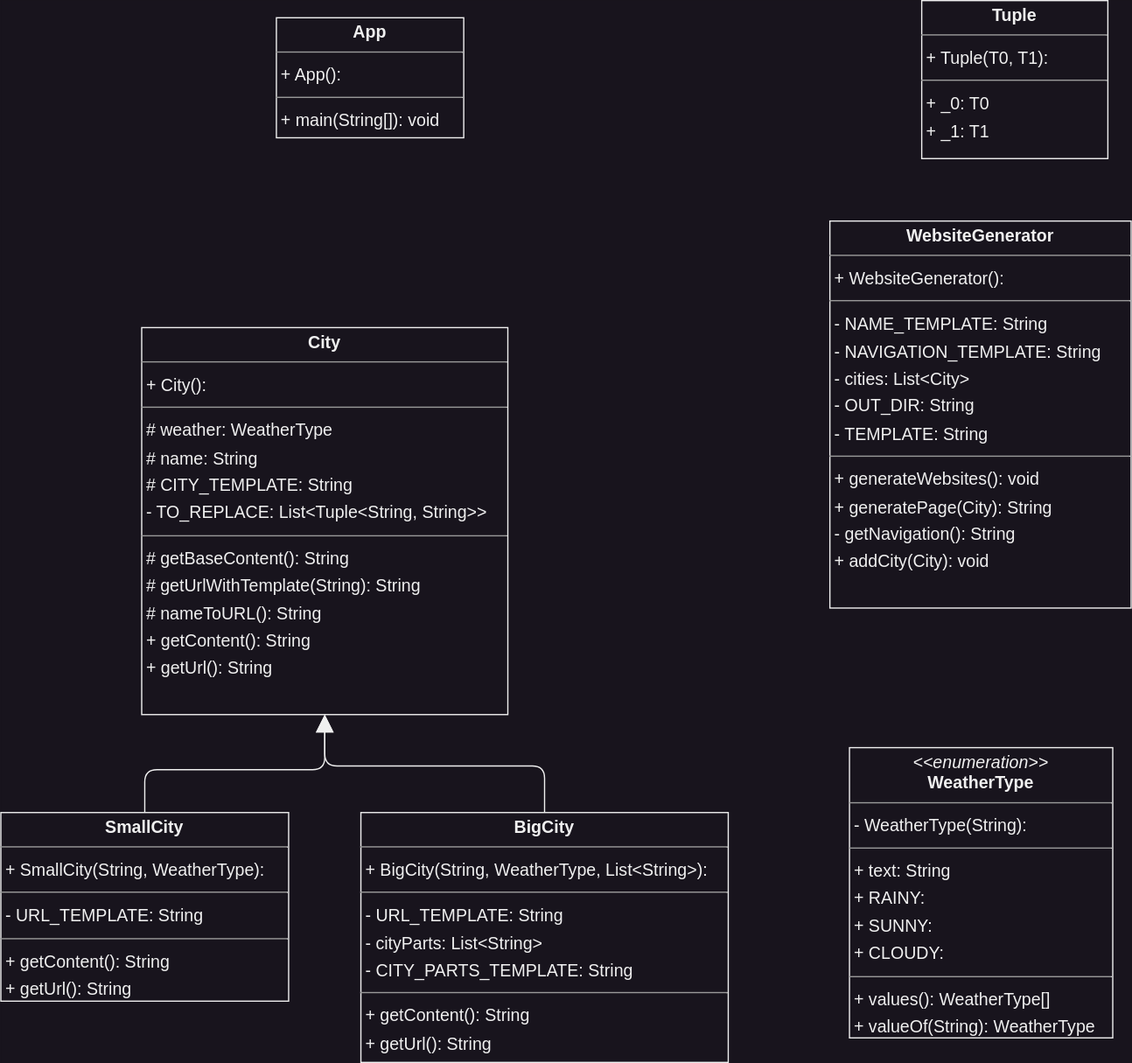
This is .pictures/App.drawio.svg from Profiidev/oop_psta, a draw.io export, as it was before one commit. Source tidied: cells renumbered, new cells last; positions are measured from the earlier drawing's top-left corner, leaving out a move shared by most shapes.
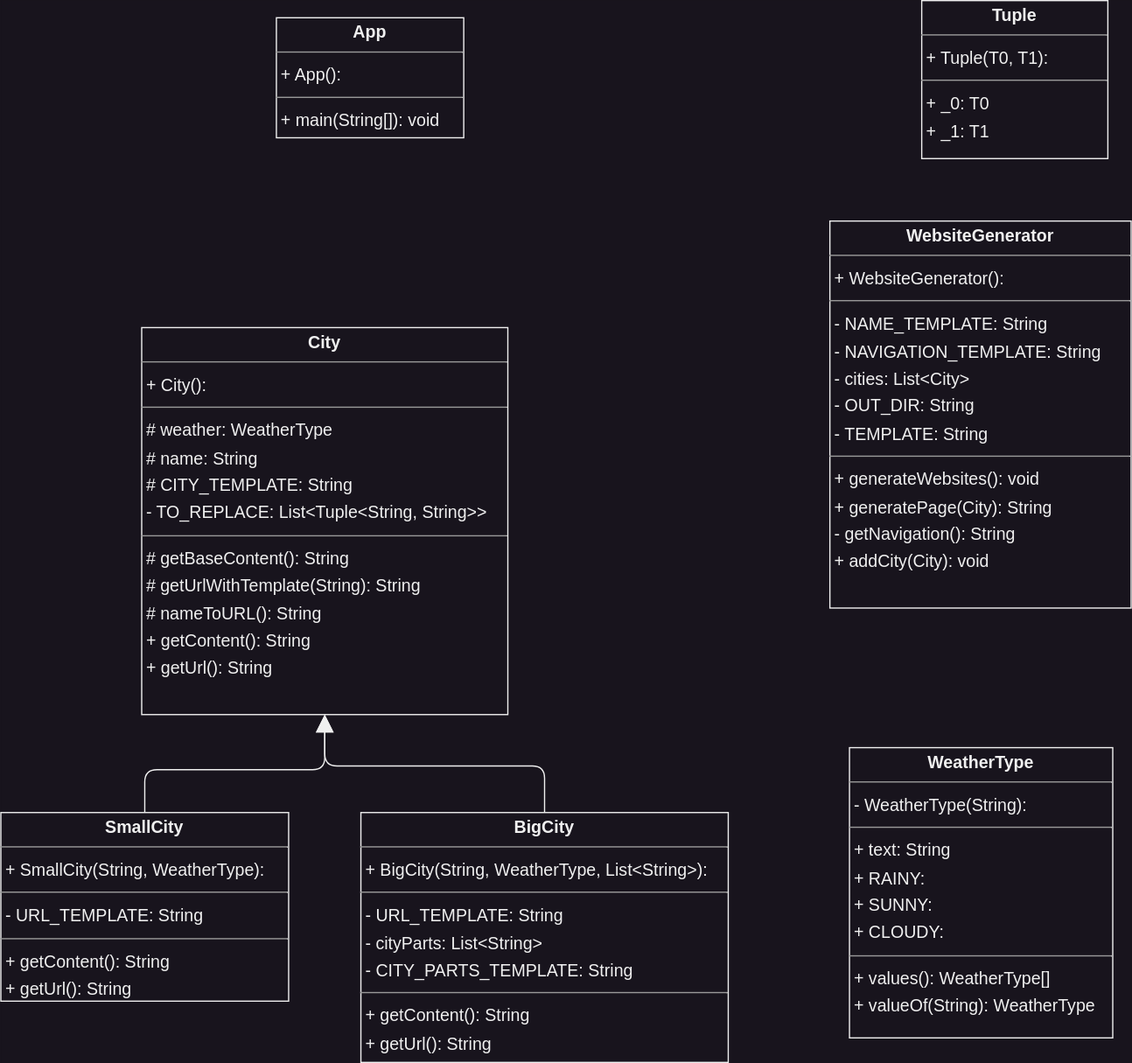
After the change.

Change to the diagram source:
```diff
@@ -17,7 +17,7 @@
     <mxCell id="6" value="&lt;p style=&quot;margin:0px;margin-top:4px;text-align:center;&quot;&gt;&lt;b&gt;Tuple&lt;T0, T1&gt;&lt;/b&gt;&lt;/p&gt;&lt;hr size=&quot;1&quot;/&gt;&lt;p style=&quot;margin:0 0 0 4px;line-height:1.6;&quot;&gt;+ Tuple(T0, T1): &lt;/p&gt;&lt;hr size=&quot;1&quot;/&gt;&lt;p style=&quot;margin:0 0 0 4px;line-height:1.6;&quot;&gt;+ _0: T0&lt;br/&gt;+ _1: T1&lt;/p&gt;" style="verticalAlign=top;align=left;overflow=fill;fontSize=14;fontFamily=Helvetica;html=1;rounded=0;shadow=0;comic=0;labelBackgroundColor=none;strokeWidth=1;" parent="1" vertex="1">
       <mxGeometry x="752" width="152" height="129" as="geometry" />
     </mxCell>
-    <mxCell id="7" value="&lt;p style=&quot;margin:0px;margin-top:4px;text-align:center;&quot;&gt;&lt;i&gt;&amp;lt;&amp;lt;enumeration&amp;gt;&amp;gt;&lt;/i&gt;&lt;br/&gt;&lt;b&gt;WeatherType&lt;/b&gt;&lt;/p&gt;&lt;hr size=&quot;1&quot;/&gt;&lt;p style=&quot;margin:0 0 0 4px;line-height:1.6;&quot;&gt;- WeatherType(String): &lt;/p&gt;&lt;hr size=&quot;1&quot;/&gt;&lt;p style=&quot;margin:0 0 0 4px;line-height:1.6;&quot;&gt;+ text: String&lt;br/&gt;+ RAINY: &lt;br/&gt;+ SUNNY: &lt;br/&gt;+ CLOUDY: &lt;/p&gt;&lt;hr size=&quot;1&quot;/&gt;&lt;p style=&quot;margin:0 0 0 4px;line-height:1.6;&quot;&gt;+ values(): WeatherType[]&lt;br/&gt;+ valueOf(String): WeatherType&lt;/p&gt;" style="verticalAlign=top;align=left;overflow=fill;fontSize=14;fontFamily=Helvetica;html=1;rounded=0;shadow=0;comic=0;labelBackgroundColor=none;strokeWidth=1;" parent="1" vertex="1">
+    <mxCell id="7" value="&lt;p style=&quot;margin:0px;margin-top:4px;text-align:center;&quot;&gt;&lt;b&gt;WeatherType&lt;/b&gt;&lt;/p&gt;&lt;hr size=&quot;1&quot;&gt;&lt;p style=&quot;margin:0 0 0 4px;line-height:1.6;&quot;&gt;- WeatherType(String): &lt;/p&gt;&lt;hr size=&quot;1&quot;&gt;&lt;p style=&quot;margin:0 0 0 4px;line-height:1.6;&quot;&gt;+ text: String&lt;br&gt;+ RAINY: &lt;br&gt;+ SUNNY: &lt;br&gt;+ CLOUDY: &lt;/p&gt;&lt;hr size=&quot;1&quot;&gt;&lt;p style=&quot;margin:0 0 0 4px;line-height:1.6;&quot;&gt;+ values(): WeatherType[]&lt;br&gt;+ valueOf(String): WeatherType&lt;/p&gt;" style="verticalAlign=top;align=left;overflow=fill;fontSize=14;fontFamily=Helvetica;html=1;rounded=0;shadow=0;comic=0;labelBackgroundColor=none;strokeWidth=1;" parent="1" vertex="1">
       <mxGeometry x="693" y="610" width="215" height="237" as="geometry" />
     </mxCell>
     <mxCell id="8" value="&lt;p style=&quot;margin:0px;margin-top:4px;text-align:center;&quot;&gt;&lt;b&gt;WebsiteGenerator&lt;/b&gt;&lt;/p&gt;&lt;hr size=&quot;1&quot;/&gt;&lt;p style=&quot;margin:0 0 0 4px;line-height:1.6;&quot;&gt;+ WebsiteGenerator(): &lt;/p&gt;&lt;hr size=&quot;1&quot;/&gt;&lt;p style=&quot;margin:0 0 0 4px;line-height:1.6;&quot;&gt;- NAME_TEMPLATE: String&lt;br/&gt;- NAVIGATION_TEMPLATE: String&lt;br/&gt;- cities: List&amp;lt;City&amp;gt;&lt;br/&gt;- OUT_DIR: String&lt;br/&gt;- TEMPLATE: String&lt;/p&gt;&lt;hr size=&quot;1&quot;/&gt;&lt;p style=&quot;margin:0 0 0 4px;line-height:1.6;&quot;&gt;+ generateWebsites(): void&lt;br/&gt;+ generatePage(City): String&lt;br/&gt;- getNavigation(): String&lt;br/&gt;+ addCity(City): void&lt;/p&gt;" style="verticalAlign=top;align=left;overflow=fill;fontSize=14;fontFamily=Helvetica;html=1;rounded=0;shadow=0;comic=0;labelBackgroundColor=none;strokeWidth=1;" parent="1" vertex="1">
```
